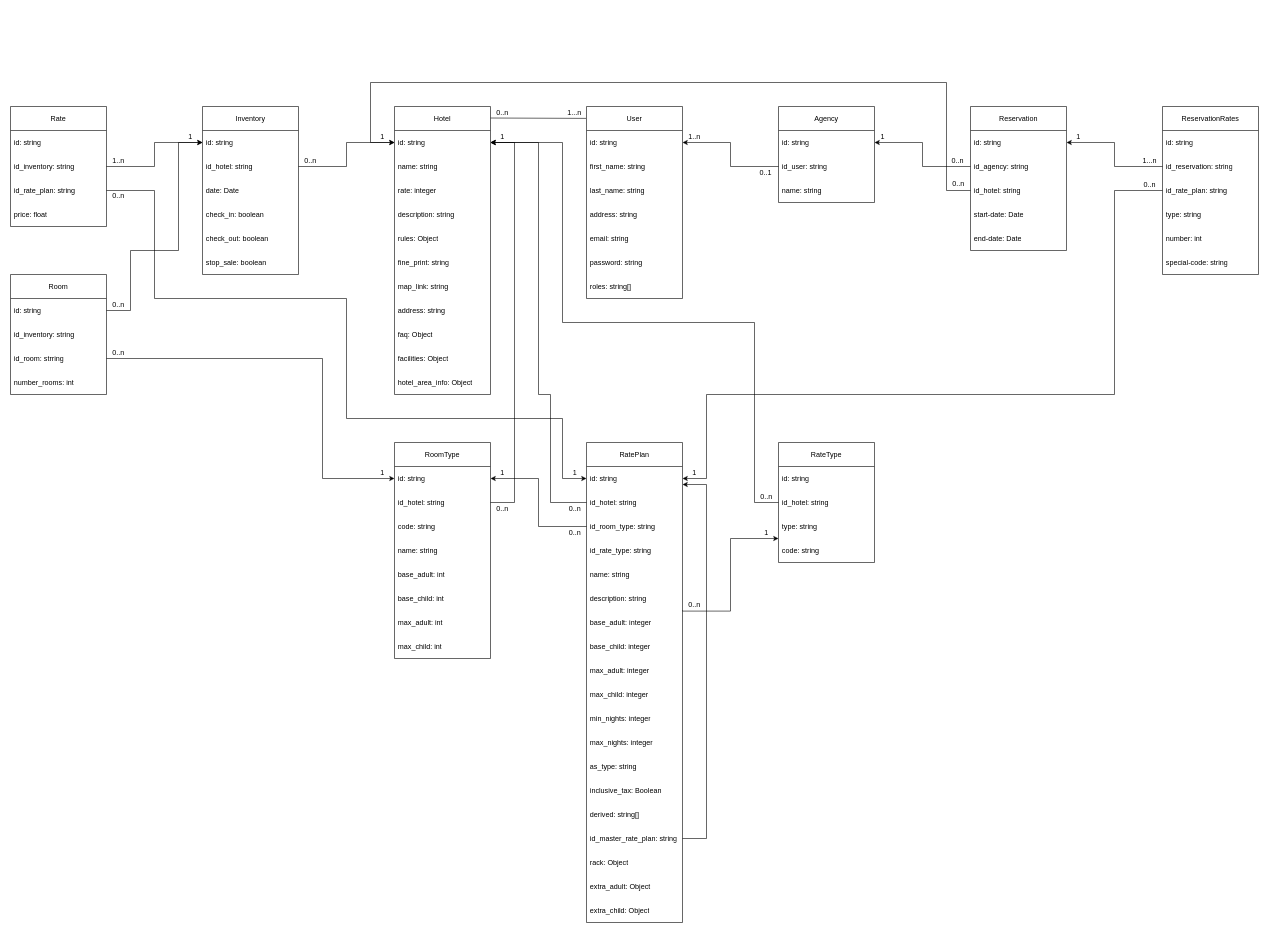
Above: H/A-Reservation.drawio in jawharhmidi02/resrvy_diagrams (draw.io), before the change. Source tidied: cells renumbered, new cells numbered last; positions are measured from the earlier drawing's top-left corner, leaving out a move shared by most shapes. Both pictures are drawn from the tidied source at 60%, with x=0, y=0 at pixel (10, 82).
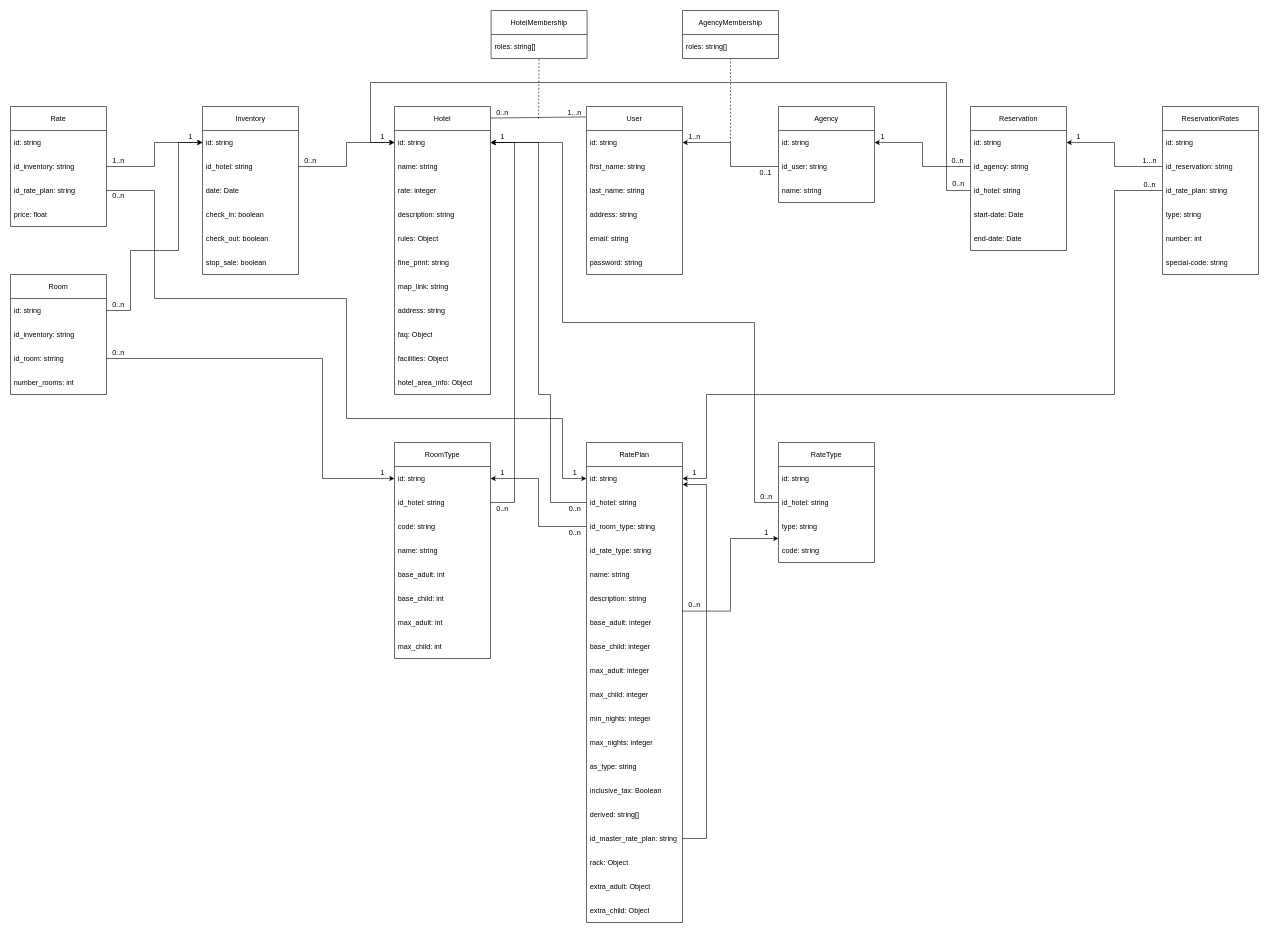
Above is the later version.

What changed in the source:
```diff
@@
     <mxCell id="2" value="User" style="swimlane;fontStyle=0;horizontal=1;startSize=40;whiteSpace=wrap;html=1;" parent="1" vertex="1">
-      <mxGeometry x="960" y="40" width="160" height="320" as="geometry" />
+      <mxGeometry x="960" y="40" width="160" height="280" as="geometry" />
     </mxCell>
@@
-    <mxCell id="9" value="roles: string[]" style="text;strokeColor=none;fillColor=none;align=left;verticalAlign=middle;spacingLeft=4;spacingRight=4;overflow=hidden;whiteSpace=wrap;html=1;" parent="2" vertex="1">
-      <mxGeometry y="280" width="160" height="40" as="geometry" />
-    </mxCell>
@@
+    <mxCell id="135" style="endArrow=none;dashed=1;html=1;rounded=0;" parent="1" edge="1">
+      <mxGeometry relative="1" as="geometry">
+        <mxPoint x="1200" y="100" as="sourcePoint" />
+        <mxPoint x="1200" y="-40" as="targetPoint" />
+      </mxGeometry>
+    </mxCell>
+    <mxCell id="136" value="AgencyMembership" style="swimlane;fontStyle=0;horizontal=1;startSize=40;whiteSpace=wrap;html=1;" parent="1" vertex="1">
+      <mxGeometry x="1120" y="-120" width="160" height="80" as="geometry" />
+    </mxCell>
+    <mxCell id="137" value="roles: string[]" style="text;strokeColor=none;fillColor=none;align=left;verticalAlign=middle;spacingLeft=4;spacingRight=4;overflow=hidden;whiteSpace=wrap;html=1;" parent="136" vertex="1">
+      <mxGeometry y="40" width="160" height="40" as="geometry" />
+    </mxCell>
+    <mxCell id="138" style="endArrow=none;dashed=1;html=1;rounded=0;" parent="1" edge="1">
+      <mxGeometry relative="1" as="geometry">
+        <mxPoint x="880" y="60" as="sourcePoint" />
+        <mxPoint x="881" y="-40" as="targetPoint" />
+      </mxGeometry>
+    </mxCell>
+    <mxCell id="139" value="HotelMembership" style="swimlane;fontStyle=0;horizontal=1;startSize=40;whiteSpace=wrap;html=1;" parent="1" vertex="1">
+      <mxGeometry x="801" y="-120" width="160" height="80" as="geometry" />
+    </mxCell>
+    <mxCell id="140" value="roles: string[]" style="text;strokeColor=none;fillColor=none;align=left;verticalAlign=middle;spacingLeft=4;spacingRight=4;overflow=hidden;whiteSpace=wrap;html=1;" parent="139" vertex="1">
+      <mxGeometry y="40" width="160" height="40" as="geometry" />
+    </mxCell>
```
